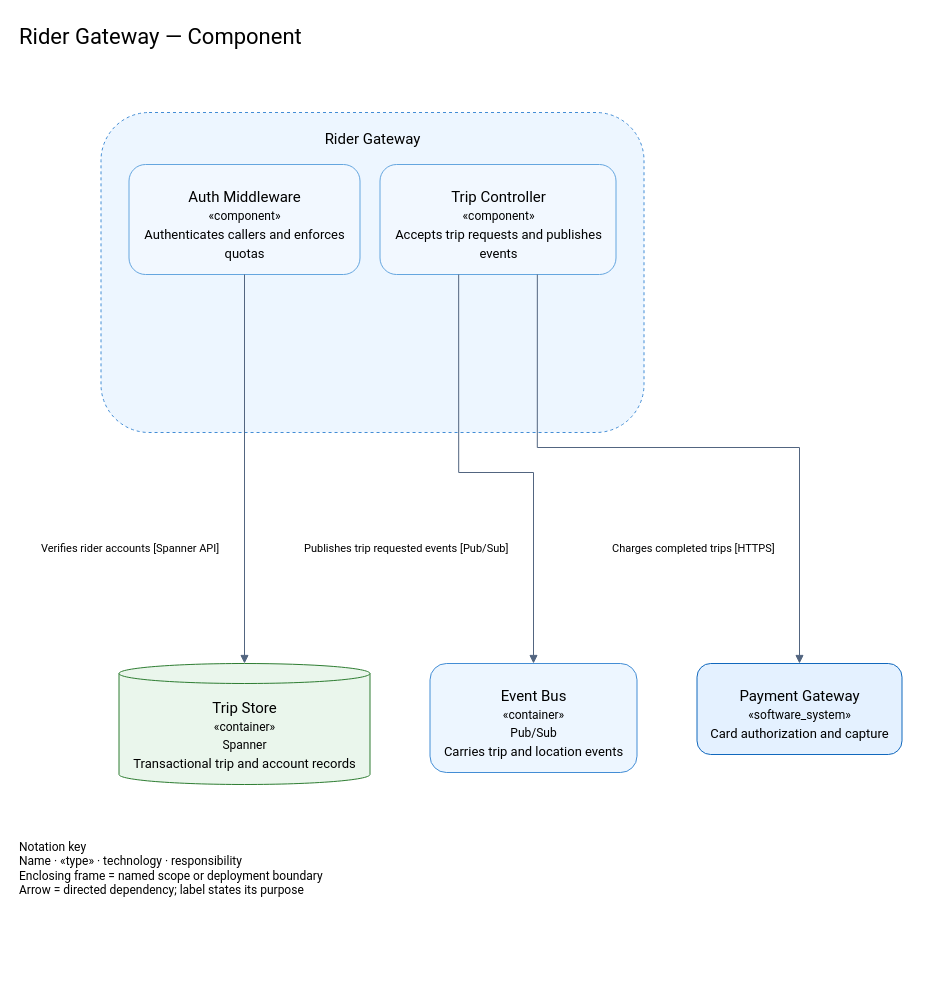
This is examples/gcp-suite/c4-gcp/icon-style-modern/03-components/component-rider-gateway.drawio from tyler59simon/architecture-suite-plugin, a draw.io file, before an edit. Source tidied: cells renumbered, new cells numbered last; positions are measured from the earlier drawing's top-left corner, leaving out a move shared by most shapes. Both pictures are drawn from the tidied source at 100%, with x=0, y=0 at pixel (17, 17). Pictures stored in the file or linked from it are replaced by grey dashed boxes.
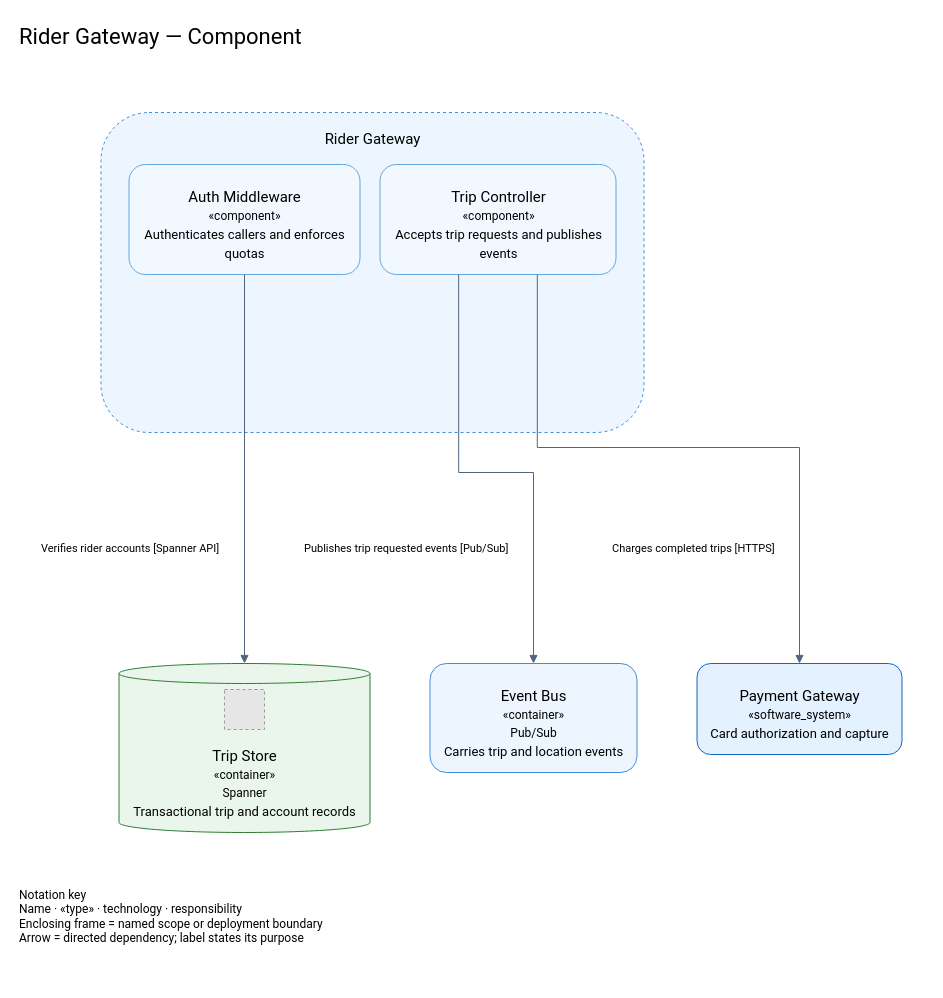
The same diagram, later.

Change to the diagram source:
```diff
@@
     <mxCell id="12" style="shape=cylinder3;boundedLbl=1;backgroundOutline=1;size=10;fillColor=#eaf6ec;strokeColor=#2e7d32;dashed=0;" parent="1" vertex="1">
-      <mxGeometry x="101.5" y="646" width="251" height="121" as="geometry" />
+      <mxGeometry x="101.5" y="646" width="251" height="169" as="geometry" />
     </mxCell>
     <mxCell id="13" value="Trip Store" style="text;html=1;align=center;fontSize=15;fontFamily=Roboto;spacing=0;" parent="12" vertex="1">
-      <mxGeometry y="31" width="251" height="22" as="geometry" />
+      <mxGeometry y="79" width="251" height="22" as="geometry" />
     </mxCell>
     <mxCell id="14" value="«container»" style="text;html=1;align=center;fontSize=12;fontFamily=Roboto;spacing=0;" parent="12" vertex="1">
-      <mxGeometry y="52" width="251" height="18" as="geometry" />
+      <mxGeometry y="100" width="251" height="18" as="geometry" />
     </mxCell>
     <mxCell id="15" value="Spanner" style="text;html=1;align=center;fontSize=12;fontFamily=Roboto;spacing=0;" parent="12" vertex="1">
-      <mxGeometry y="70" width="251" height="18" as="geometry" />
+      <mxGeometry y="118" width="251" height="18" as="geometry" />
     </mxCell>
     <mxCell id="16" value="Transactional trip and account records" style="text;html=1;align=center;fontSize=13;fontFamily=Roboto;spacing=0;" parent="12" vertex="1">
-      <mxGeometry y="88" width="251" height="19" as="geometry" />
+      <mxGeometry y="136" width="251" height="19" as="geometry" />
     </mxCell>
+    <mxCell id="36" style="fillColor=#E6E6E6;strokeColor=#999999;dashed=1;" parent="12" vertex="1">
+      <mxGeometry x="105.5" y="26" width="40" height="40" as="geometry" />
+    </mxCell>
@@
     <mxCell id="35" value="Notation key&lt;br&gt;Name · «type» · technology · responsibility&lt;br&gt;Enclosing frame = named scope or deployment boundary&lt;br&gt;Arrow = directed dependency; label states its purpose" style="text;html=1;align=left;fontSize=12;fontFamily=Roboto;" parent="1" vertex="1">
-      <mxGeometry y="816" width="560" height="100" as="geometry" />
+      <mxGeometry y="864" width="560" height="100" as="geometry" />
     </mxCell>
```
